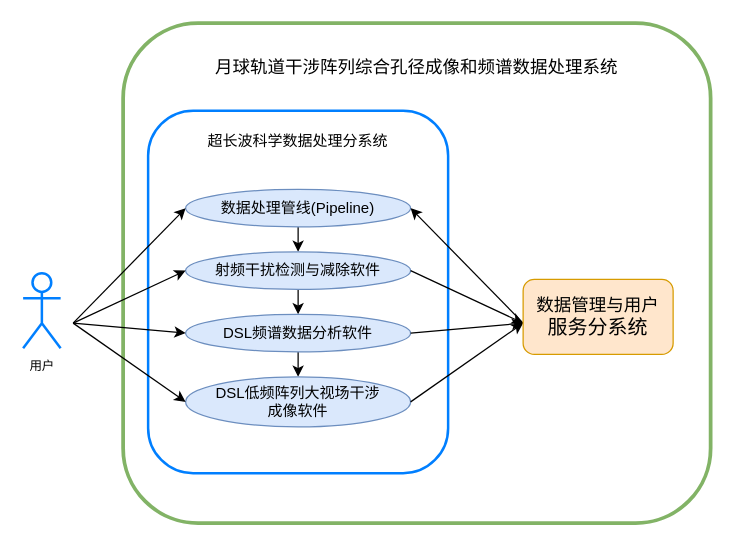
The draw.io diagram 科学数据处理分析图总用况图_new.drawio in zuoshifan/draw_io_diagrams, before the edit. Source tidied: cells renumbered, new cells numbered last; positions are measured from the earlier drawing's top-left corner, leaving out a move shared by most shapes. Both pictures are drawn from the tidied source at 125%, with x=0, y=0 at pixel (22, 22).
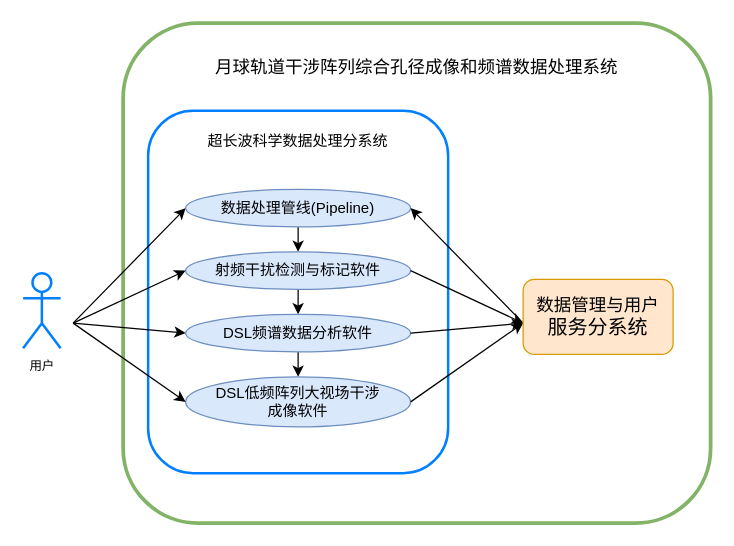
The same page after the edit.

Commit message:
Update 科学数据处理分析图总用况图_new.drawio

What changed in the source:
```diff
@@
-    <mxCell id="9" value="射频干扰检测与减除软件" style="ellipse;whiteSpace=wrap;html=1;fillColor=#dae8fc;strokeColor=#6c8ebf;" parent="1" vertex="1">
+    <mxCell id="9" value="射频干扰检测与标记软件" style="ellipse;whiteSpace=wrap;html=1;fillColor=#dae8fc;strokeColor=#6c8ebf;" parent="1" vertex="1">
       <mxGeometry x="130" y="183" width="180" height="30" as="geometry" />
     </mxCell>
```
